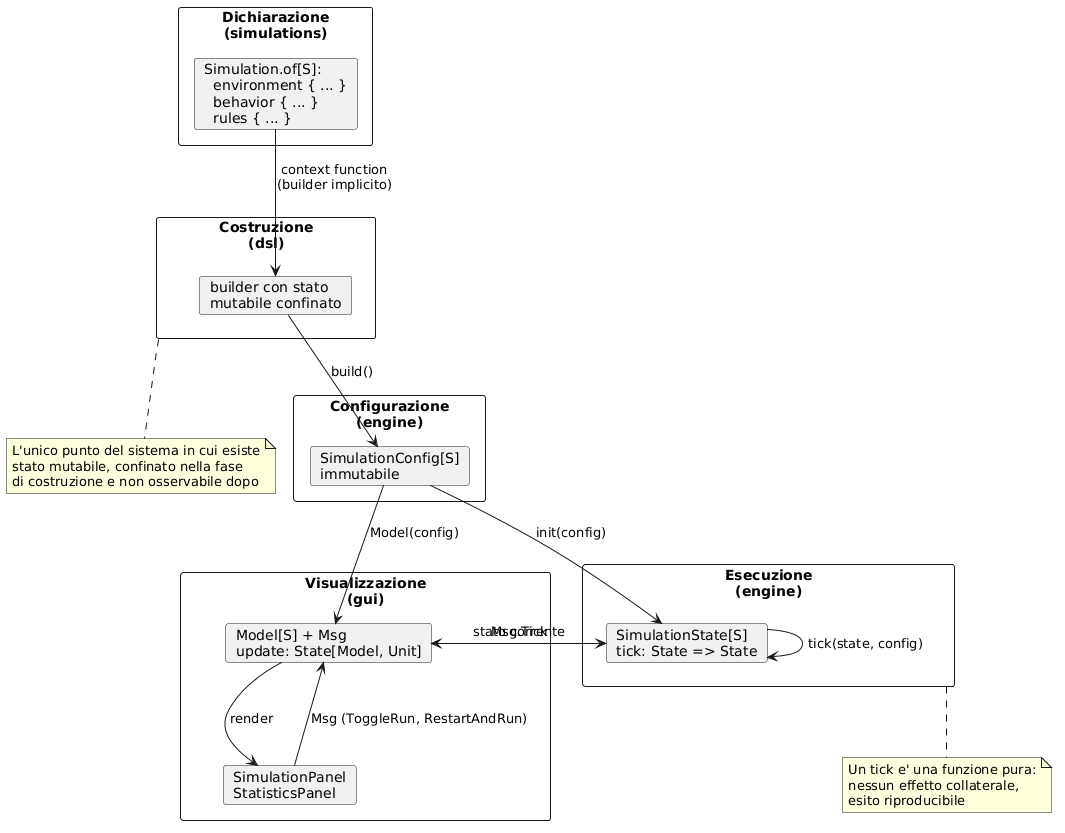
alessiobifulco/PPS-25-ABMScala keeps this PlantUML diagram as docs/img/A3-simulation-flow.png. Above is the earlier version.
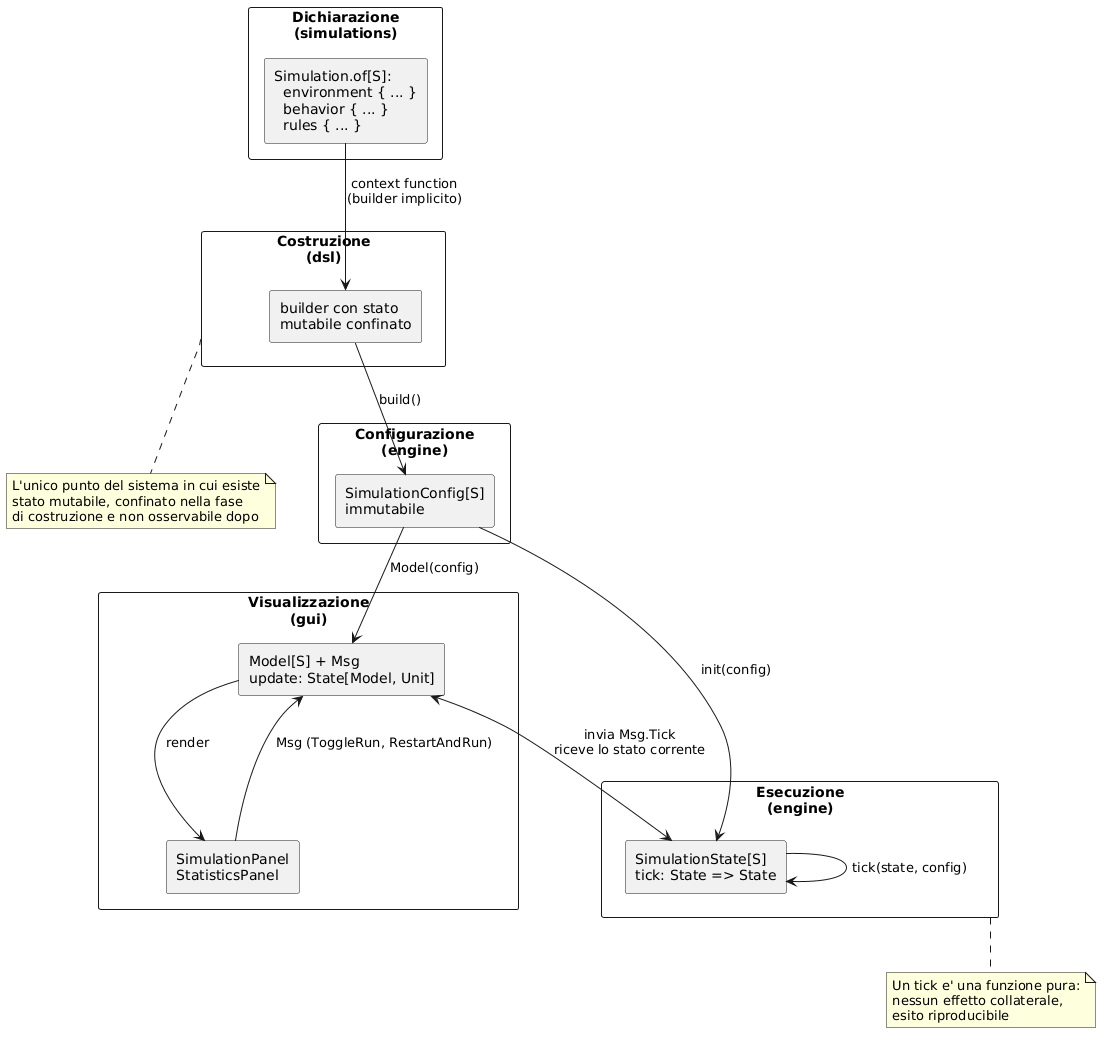
The same diagram one commit later.

The edit, as a diff of the source:
```diff
@@ -1,46 +1,46 @@
 @startuml
-skinparam shadowing false
-skinparam componentStyle rectangle
-hide empty members
+skinparam nodesep 60
+skinparam ranksep 60
 
-rectangle "Dichiarazione\n(simulations)" as D {
-  card "Simulation.of[S]:\n  environment { ... }\n  behavior { ... }\n  rules { ... }" as Decl
+rectangle "Dichiarazione\n(simulations)" as Dichiarazione {
+  rectangle "Simulation.of[S]:\n  environment { ... }\n  behavior { ... }\n  rules { ... }" as Decl
 }
 
-rectangle "Costruzione\n(dsl)" as B {
-  card "builder con stato\nmutabile confinato" as Builders
+rectangle "Costruzione\n(dsl)" as Costruzione {
+  rectangle "builder con stato\nmutabile confinato" as Builders
 }
 
-rectangle "Configurazione\n(engine)" as C {
-  card "SimulationConfig[S]\nimmutabile" as Config
+rectangle "Configurazione\n(engine)" as Configurazione {
+  rectangle "SimulationConfig[S]\nimmutabile" as Config
 }
 
-rectangle "Esecuzione\n(engine)" as E {
-  card "SimulationState[S]\ntick: State => State" as Sstate
+rectangle "Visualizzazione\n(gui)" as Visualizzazione {
+  rectangle "Model[S] + Msg\nupdate: State[Model, Unit]" as ModelBox
+  rectangle "SimulationPanel\nStatisticsPanel" as Panels
 }
 
-rectangle "Visualizzazione\n(gui)" as G {
-  card "Model[S] + Msg\nupdate: State[Model, Unit]" as Mvu
-  card "SimulationPanel\nStatisticsPanel" as Panels
+rectangle "Esecuzione\n(engine)" as Esecuzione {
+  rectangle "SimulationState[S]\ntick: State => State" as StateBox
 }
 
 Decl --> Builders : context function\n(builder implicito)
 Builders --> Config : build()
-Config --> Sstate : init(config)
-Sstate --> Sstate : tick(state, config)
-Config --> Mvu : Model(config)
-Sstate --> Mvu : stato corrente
-Mvu --> Panels : render
-Panels --> Mvu : Msg (ToggleRun, RestartAndRun)
-Mvu --> Sstate : Msg.Tick
+Config -down-> ModelBox : Model(config)
+Config -down-> StateBox : init(config)
 
-note bottom of B
+StateBox --> StateBox : tick(state, config)
+ModelBox --> Panels : render
+Panels --> ModelBox : Msg (ToggleRun, RestartAndRun)
+
+ModelBox <--> StateBox : invia Msg.Tick\nriceve lo stato corrente
+
+note bottom of Costruzione
   L'unico punto del sistema in cui esiste
   stato mutabile, confinato nella fase
   di costruzione e non osservabile dopo
 end note
 
-note bottom of E
+note bottom of Esecuzione
   Un tick e' una funzione pura:
   nessun effetto collaterale,
   esito riproducibile
```
